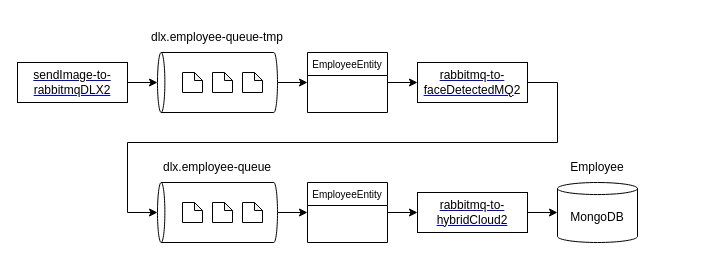
Before: rabbitMQ_KEDA_Csharp2/rabbitMQ.drawio in developer-onizuka/Diagrams, a draw.io diagram. Source tidied: cells renumbered, new cells numbered last; positions are measured from the earlier drawing's top-left corner, leaving out a move shared by most shapes. Both pictures are drawn from the tidied source at 100%, with x=0, y=0 at pixel (17, 22).
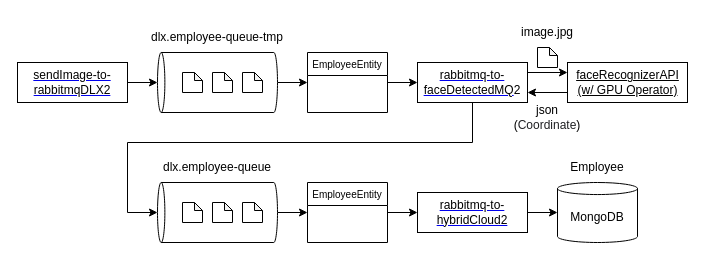
The same diagram, later.

Unchanged cells that the change refers to:
```xml
<mxCell id="13" style="rounded=0;whiteSpace=wrap;html=1;" parent="1" vertex="1">
  <mxGeometry x="400" y="40" width="110" height="40" as="geometry" />
</mxCell>
<mxCell id="18" style="shape=cylinder3;whiteSpace=wrap;html=1;boundedLbl=1;backgroundOutline=1;size=3.6869659423828125;rotation=-90;" parent="1" vertex="1">
  <mxGeometry x="170" y="130" width="60" height="120" as="geometry" />
</mxCell>
```

The edit, as a diff of the source:
```diff
@@
+    <mxCell id="30" style="edgeStyle=orthogonalEdgeStyle;rounded=0;jettySize=auto;html=1;exitX=0;exitY=0.75;exitDx=0;exitDy=0;entryX=1;entryY=0.75;entryDx=0;entryDy=0;" parent="1" edge="1" source="31" target="13">
+      <mxGeometry relative="1" as="geometry" />
+    </mxCell>
+    <mxCell id="31" style="rounded=0;whiteSpace=wrap;html=1;" parent="1" vertex="1">
+      <mxGeometry x="550" y="40" width="120" height="40" as="geometry" />
+    </mxCell>
@@
     <mxCell id="12" style="edgeStyle=orthogonalEdgeStyle;rounded=0;jettySize=auto;html=1;exitX=1;exitY=0.5;exitDx=0;exitDy=0;fontSize=12;fontColor=#000000;entryX=0.5;entryY=0;entryDx=0;entryDy=0;entryPerimeter=0;" parent="1" edge="1" source="13" target="18">
       <mxGeometry relative="1" as="geometry">
         <Array as="points">
-          <mxPoint x="540" y="60" />
-          <mxPoint x="540" y="120" />
+          <mxPoint x="455" y="60" />
+          <mxPoint x="455" y="120" />
           <mxPoint x="110" y="120" />
           <mxPoint x="110" y="190" />
         </Array>
       </mxGeometry>
     </mxCell>
+    <mxCell id="32" style="edgeStyle=orthogonalEdgeStyle;rounded=0;jettySize=auto;html=1;exitX=1;exitY=0.25;exitDx=0;exitDy=0;entryX=0;entryY=0.25;entryDx=0;entryDy=0;" parent="1" edge="1" source="13" target="31">
+      <mxGeometry relative="1" as="geometry" />
+    </mxCell>
@@
+    <mxCell id="33" value="&lt;u&gt;faceRecognizerAPI&lt;br&gt;(w/ GPU Operator)&lt;br&gt;&lt;/u&gt;" style="text;html=1;strokeColor=none;fillColor=none;align=center;verticalAlign=middle;whiteSpace=wrap;rounded=0;" parent="1" vertex="1">
+      <mxGeometry x="547.5" y="28.8" width="125" height="62.5" as="geometry" />
+    </mxCell>
+    <mxCell id="34" style="shape=note;whiteSpace=wrap;html=1;backgroundOutline=1;darkOpacity=0.05;size=8;" parent="1" vertex="1">
+      <mxGeometry x="520" y="25" width="20" height="20" as="geometry" />
+    </mxCell>
+    <mxCell id="35" value="image.jpg" style="text;html=1;strokeColor=none;fillColor=none;align=center;verticalAlign=middle;whiteSpace=wrap;rounded=0;fontSize=12;fontColor=#000000;" parent="1" vertex="1">
+      <mxGeometry x="490" y="-5" width="80" height="30" as="geometry" />
+    </mxCell>
+    <mxCell id="36" value="json&lt;br&gt;&lt;font style=&quot;font-size: 12px;&quot;&gt;(&lt;span style=&quot;color: rgb(32, 33, 36); font-family: inherit; text-align: left; background-color: initial;&quot;&gt;Coordinate&lt;/span&gt;&lt;span style=&quot;background-color: initial;&quot;&gt;)&lt;/span&gt;&lt;/font&gt;" style="text;html=1;strokeColor=none;fillColor=none;align=center;verticalAlign=middle;whiteSpace=wrap;rounded=0;fontSize=12;fontColor=#000000;" parent="1" vertex="1">
+      <mxGeometry x="490" y="80" width="80" height="30" as="geometry" />
+    </mxCell>
```
